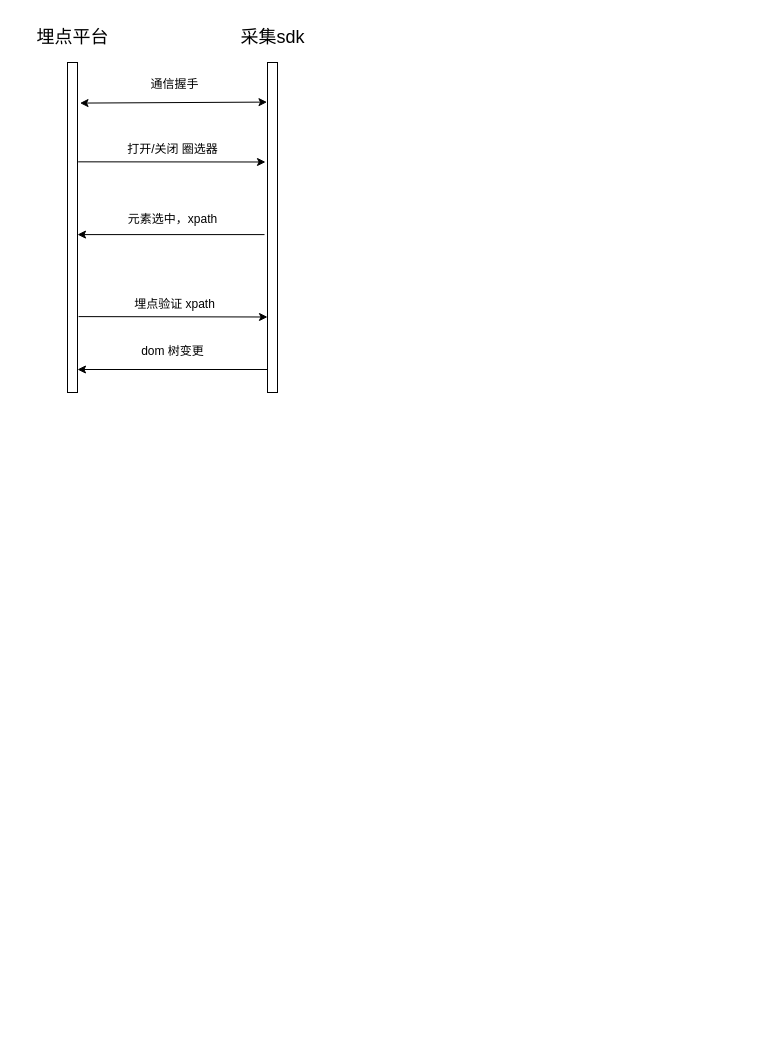
Before: 未命名绘图.drawio in yuzai/-, a draw.io diagram. Source tidied: cells renumbered, new cells numbered last; positions are measured from the earlier drawing's top-left corner, leaving out a move shared by most shapes. Both pictures are drawn from the tidied source at 100%, with x=0, y=0 at pixel (22, 17).
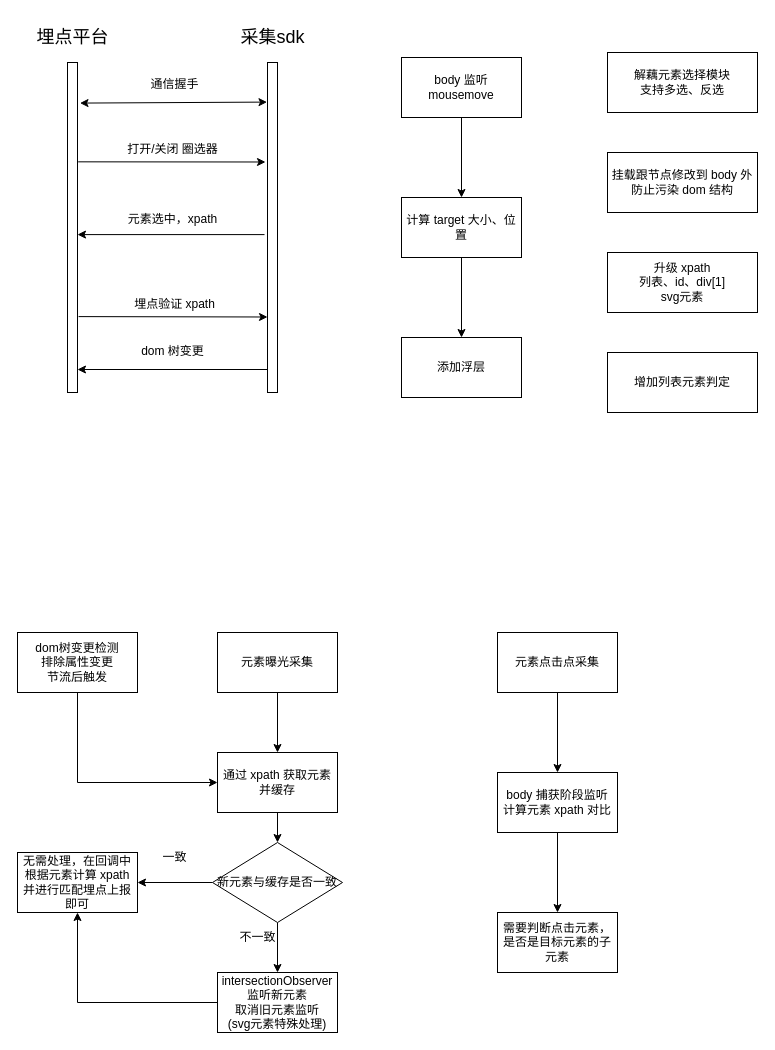
The same page after the edit.

Commit message:
更新未命名绘图.drawio

What changed in the source:
```diff
@@
+    <mxCell id="16" value="解藕元素选择模块&lt;br&gt;支持多选、反选" style="rounded=0;whiteSpace=wrap;html=1;fontSize=12;" parent="1" vertex="1">
+      <mxGeometry x="585" y="35" width="150" height="60" as="geometry" />
+    </mxCell>
+    <mxCell id="17" value="挂载跟节点修改到 body 外&lt;br&gt;防止污染 dom 结构" style="rounded=0;whiteSpace=wrap;html=1;fontSize=12;" parent="1" vertex="1">
+      <mxGeometry x="585" y="135" width="150" height="60" as="geometry" />
+    </mxCell>
+    <mxCell id="18" value="升级 xpath&lt;br&gt;列表、id、div[1]&lt;br&gt;svg元素" style="rounded=0;whiteSpace=wrap;html=1;fontSize=12;" parent="1" vertex="1">
+      <mxGeometry x="585" y="235" width="150" height="60" as="geometry" />
+    </mxCell>
+    <mxCell id="19" style="edgeStyle=orthogonalEdgeStyle;rounded=0;jettySize=auto;html=1;fontSize=12;" parent="1" edge="1" source="20" target="22">
+      <mxGeometry relative="1" as="geometry" />
+    </mxCell>
+    <mxCell id="20" value="body 监听 mousemove" style="rounded=0;whiteSpace=wrap;html=1;fontSize=12;" parent="1" vertex="1">
+      <mxGeometry x="379" y="40" width="120" height="60" as="geometry" />
+    </mxCell>
+    <mxCell id="21" style="edgeStyle=orthogonalEdgeStyle;rounded=0;jettySize=auto;html=1;fontSize=12;" parent="1" edge="1" source="22" target="23">
+      <mxGeometry relative="1" as="geometry" />
+    </mxCell>
+    <mxCell id="22" value="计算 target 大小、位置" style="whiteSpace=wrap;html=1;rounded=0;" parent="1" vertex="1">
+      <mxGeometry x="379" y="180" width="120" height="60" as="geometry" />
+    </mxCell>
+    <mxCell id="23" value="添加浮层" style="whiteSpace=wrap;html=1;rounded=0;" parent="1" vertex="1">
+      <mxGeometry x="379" y="320" width="120" height="60" as="geometry" />
+    </mxCell>
+    <mxCell id="24" value="增加列表元素判定" style="rounded=0;whiteSpace=wrap;html=1;fontSize=12;" parent="1" vertex="1">
+      <mxGeometry x="585" y="335" width="150" height="60" as="geometry" />
+    </mxCell>
+    <mxCell id="25" style="edgeStyle=orthogonalEdgeStyle;rounded=0;jettySize=auto;html=1;fontSize=12;" parent="1" edge="1" source="26" target="35">
+      <mxGeometry relative="1" as="geometry" />
+    </mxCell>
+    <mxCell id="26" value="元素曝光采集" style="rounded=0;whiteSpace=wrap;html=1;fontSize=12;" parent="1" vertex="1">
+      <mxGeometry x="195" y="615" width="120" height="60" as="geometry" />
+    </mxCell>
+    <mxCell id="27" style="edgeStyle=orthogonalEdgeStyle;rounded=0;jettySize=auto;html=1;fontSize=12;" parent="1" edge="1" source="28" target="42">
+      <mxGeometry relative="1" as="geometry" />
+    </mxCell>
+    <mxCell id="28" value="元素点击点采集" style="rounded=0;whiteSpace=wrap;html=1;fontSize=12;" parent="1" vertex="1">
+      <mxGeometry x="475" y="615" width="120" height="60" as="geometry" />
+    </mxCell>
+    <mxCell id="29" style="edgeStyle=orthogonalEdgeStyle;rounded=0;jettySize=auto;html=1;exitX=0;exitY=0.5;exitDx=0;exitDy=0;fontSize=12;" parent="1" edge="1" source="30" target="31">
+      <mxGeometry relative="1" as="geometry" />
+    </mxCell>
+    <mxCell id="30" value="intersectionObserver&lt;br&gt;监听新元素&lt;br&gt;取消旧元素监听&lt;br&gt;(svg元素特殊处理)" style="whiteSpace=wrap;html=1;rounded=0;" parent="1" vertex="1">
+      <mxGeometry x="195" y="955" width="120" height="60" as="geometry" />
+    </mxCell>
+    <mxCell id="31" value="无需处理，在回调中根据元素计算 xpath 并进行匹配埋点上报即可" style="whiteSpace=wrap;html=1;rounded=0;" parent="1" vertex="1">
+      <mxGeometry x="-5" y="835" width="120" height="60" as="geometry" />
+    </mxCell>
+    <mxCell id="32" style="edgeStyle=orthogonalEdgeStyle;rounded=0;jettySize=auto;html=1;exitX=0.5;exitY=1;exitDx=0;exitDy=0;entryX=0;entryY=0.5;entryDx=0;entryDy=0;fontSize=12;" parent="1" edge="1" source="33" target="35">
+      <mxGeometry relative="1" as="geometry" />
+    </mxCell>
+    <mxCell id="33" value="dom树变更检测&lt;br&gt;排除属性变更&lt;br&gt;节流后触发" style="whiteSpace=wrap;html=1;rounded=0;" parent="1" vertex="1">
+      <mxGeometry x="-5" y="615" width="120" height="60" as="geometry" />
+    </mxCell>
+    <mxCell id="34" style="edgeStyle=orthogonalEdgeStyle;rounded=0;jettySize=auto;html=1;fontSize=12;" parent="1" edge="1" source="35" target="38">
+      <mxGeometry relative="1" as="geometry" />
+    </mxCell>
+    <mxCell id="35" value="通过 xpath 获取元素并缓存" style="whiteSpace=wrap;html=1;rounded=0;" parent="1" vertex="1">
+      <mxGeometry x="195" y="735" width="120" height="60" as="geometry" />
+    </mxCell>
+    <mxCell id="36" style="edgeStyle=orthogonalEdgeStyle;rounded=0;jettySize=auto;html=1;fontSize=12;" parent="1" edge="1" source="38" target="30">
+      <mxGeometry relative="1" as="geometry" />
+    </mxCell>
+    <mxCell id="37" style="edgeStyle=orthogonalEdgeStyle;rounded=0;jettySize=auto;html=1;exitX=0;exitY=0.5;exitDx=0;exitDy=0;fontSize=12;entryX=1;entryY=0.5;entryDx=0;entryDy=0;" parent="1" edge="1" source="38" target="31">
+      <mxGeometry relative="1" as="geometry" />
+    </mxCell>
+    <mxCell id="38" value="新元素与缓存是否一致" style="rhombus;whiteSpace=wrap;html=1;rounded=0;" parent="1" vertex="1">
+      <mxGeometry x="190" y="825" width="130" height="80" as="geometry" />
+    </mxCell>
+    <mxCell id="39" value="不一致" style="text;html=1;align=center;verticalAlign=middle;strokeColor=none;fillColor=none;fontSize=12;" parent="1" vertex="1">
+      <mxGeometry x="205" y="905" width="60" height="30" as="geometry" />
+    </mxCell>
+    <mxCell id="40" value="一致" style="text;html=1;align=center;verticalAlign=middle;strokeColor=none;fillColor=none;fontSize=12;" parent="1" vertex="1">
+      <mxGeometry x="127" y="825" width="50" height="30" as="geometry" />
+    </mxCell>
+    <mxCell id="41" style="edgeStyle=orthogonalEdgeStyle;rounded=0;jettySize=auto;html=1;fontSize=12;" parent="1" edge="1" source="42" target="43">
+      <mxGeometry relative="1" as="geometry" />
+    </mxCell>
+    <mxCell id="42" value="body 捕获阶段监听&lt;br&gt;计算元素 xpath 对比" style="whiteSpace=wrap;html=1;rounded=0;" parent="1" vertex="1">
+      <mxGeometry x="475" y="755" width="120" height="60" as="geometry" />
+    </mxCell>
+    <mxCell id="43" value="需要判断点击元素，是否是目标元素的子元素" style="whiteSpace=wrap;html=1;rounded=0;" parent="1" vertex="1">
+      <mxGeometry x="475" y="895" width="120" height="60" as="geometry" />
+    </mxCell>
```
